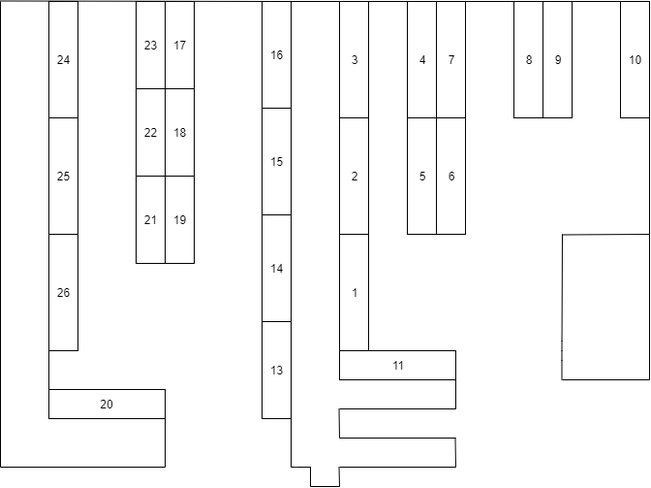
The draw.io diagram doc/D区驿站平面图.png in 2685508440/Parcel_Delivery_Opt, before a commit. Source tidied: cells renumbered, new cells last; positions are measured from the earlier drawing's top-left corner, leaving out a move shared by most shapes.
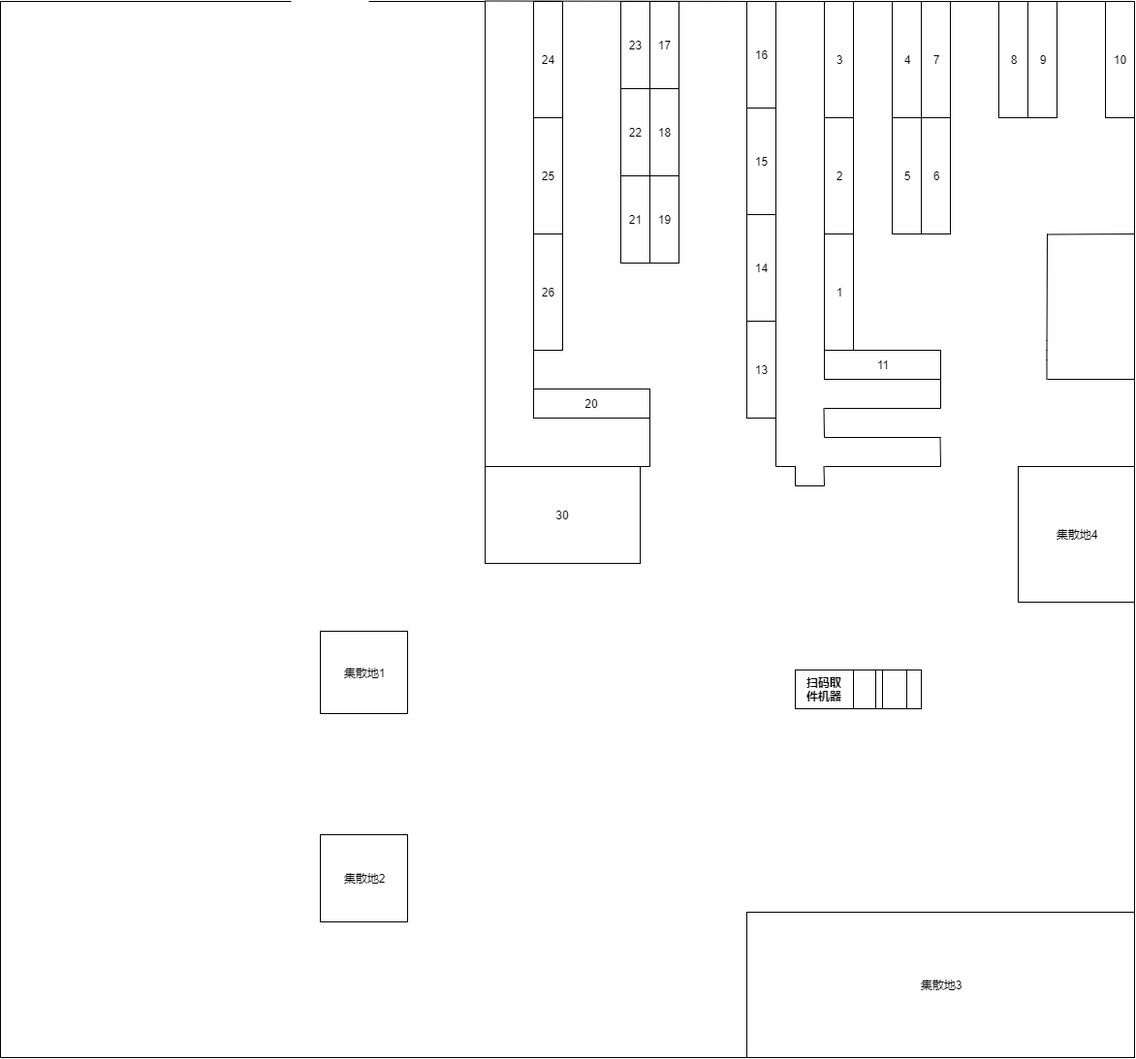
After the commit.

Commit message:
Update D区驿站平面图.png

The edit, as a diff of the source:
```diff
@@ -187,7 +187,7 @@
     </mxCell>
     <mxCell id="44" style="endArrow=none;html=1;" parent="1" edge="1">
       <mxGeometry relative="1" as="geometry">
-        <mxPoint y="480" as="sourcePoint" />
+        <mxPoint x="111" y="480" as="sourcePoint" />
         <mxPoint x="170" y="480" as="targetPoint" />
       </mxGeometry>
     </mxCell>
@@ -220,5 +220,67 @@
         <mxPoint x="350" as="targetPoint" />
       </mxGeometry>
     </mxCell>
+    <mxCell id="50" value="30" style="rounded=0;whiteSpace=wrap;html=1;" parent="1" vertex="1">
+      <mxGeometry y="480" width="160" height="100" as="geometry" />
+    </mxCell>
+    <mxCell id="51" style="endArrow=none;html=1;" parent="1" edge="1" target="50">
+      <mxGeometry relative="1" as="geometry">
+        <mxPoint y="480" as="sourcePoint" />
+      </mxGeometry>
+    </mxCell>
+    <mxCell id="52" style="rounded=0;whiteSpace=wrap;html=1;" parent="1" vertex="1">
+      <mxGeometry x="320" y="690" width="130" height="40" as="geometry" />
+    </mxCell>
+    <mxCell id="53" style="rounded=0;whiteSpace=wrap;html=1;" parent="1" vertex="1">
+      <mxGeometry x="410" y="690" width="25" height="40" as="geometry" />
+    </mxCell>
+    <mxCell id="54" style="rounded=0;whiteSpace=wrap;html=1;" parent="1" vertex="1">
+      <mxGeometry x="380" y="690" width="23" height="40" as="geometry" />
+    </mxCell>
+    <mxCell id="55" value="&lt;h4&gt;扫码取件机器&lt;/h4&gt;" style="text;html=1;strokeColor=none;fillColor=none;align=center;verticalAlign=middle;whiteSpace=wrap;rounded=0;" parent="1" vertex="1">
+      <mxGeometry x="330" y="695" width="40" height="30" as="geometry" />
+    </mxCell>
+    <mxCell id="56" value="集散地1" style="rounded=0;whiteSpace=wrap;html=1;" parent="1" vertex="1">
+      <mxGeometry x="-170" y="650" width="90" height="85" as="geometry" />
+    </mxCell>
+    <mxCell id="57" value="集散地2" style="rounded=0;whiteSpace=wrap;html=1;" parent="1" vertex="1">
+      <mxGeometry x="-170" y="860" width="90" height="90" as="geometry" />
+    </mxCell>
+    <mxCell id="58" style="endArrow=none;html=1;" parent="1" edge="1">
+      <mxGeometry relative="1" as="geometry">
+        <mxPoint x="670" y="1090" as="sourcePoint" />
+        <mxPoint x="670" y="390" as="targetPoint" />
+      </mxGeometry>
+    </mxCell>
+    <mxCell id="59" style="endArrow=none;html=1;" parent="1" edge="1">
+      <mxGeometry relative="1" as="geometry">
+        <mxPoint x="-500" y="1090" as="sourcePoint" />
+        <mxPoint x="670" y="1090" as="targetPoint" />
+      </mxGeometry>
+    </mxCell>
+    <mxCell id="60" style="endArrow=none;html=1;" parent="1" edge="1">
+      <mxGeometry relative="1" as="geometry">
+        <mxPoint x="-500" y="1090" as="sourcePoint" />
+        <mxPoint x="-500" as="targetPoint" />
+      </mxGeometry>
+    </mxCell>
+    <mxCell id="61" style="endArrow=none;html=1;" parent="1" edge="1">
+      <mxGeometry relative="1" as="geometry">
+        <mxPoint x="-500" as="sourcePoint" />
+        <mxPoint x="-200" as="targetPoint" />
+      </mxGeometry>
+    </mxCell>
+    <mxCell id="62" style="endArrow=none;html=1;" parent="1" edge="1">
+      <mxGeometry relative="1" as="geometry">
+        <mxPoint x="-120" as="sourcePoint" />
+        <mxPoint as="targetPoint" />
+      </mxGeometry>
+    </mxCell>
+    <mxCell id="63" value="集散地3" style="rounded=0;whiteSpace=wrap;html=1;" parent="1" vertex="1">
+      <mxGeometry x="270" y="940" width="400" height="150" as="geometry" />
+    </mxCell>
+    <mxCell id="64" value="集散地4" style="rounded=0;whiteSpace=wrap;html=1;" parent="1" vertex="1">
+      <mxGeometry x="550" y="480" width="120" height="140" as="geometry" />
+    </mxCell>
   </root>
 </mxGraphModel>
```
